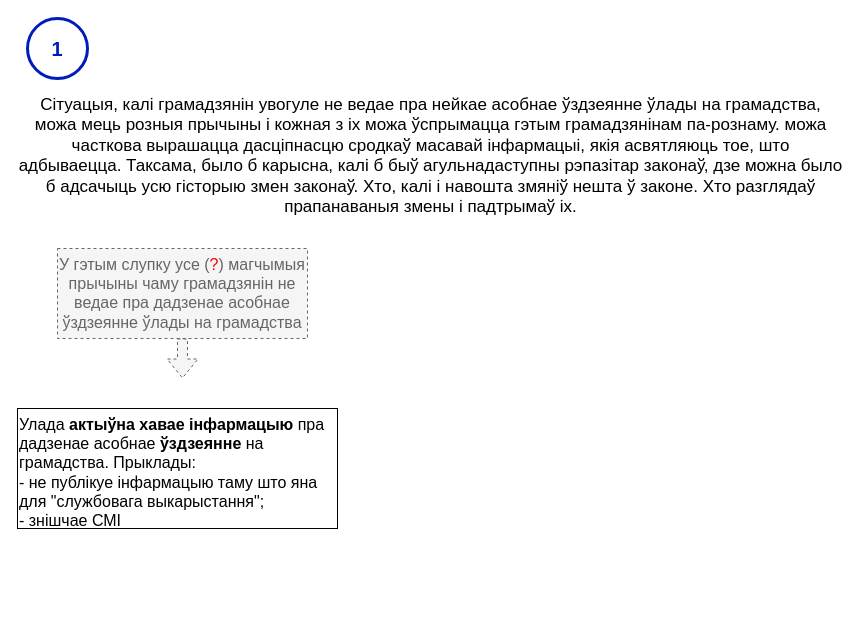
mshurkaeu-public/i-care.by keeps this draw.io diagram as page "нататка-1" (2 of 2) of current-reality-tree/Дрэва цяперашняй рэальнасці.drawio. Above is the earlier version. Source tidied: cells renumbered, new cells numbered last; positions are measured from the earlier drawing's top-left corner, leaving out a move shared by most shapes. Both pictures are drawn from the tidied source at 100%, with x=0, y=0 at pixel (17, 18).
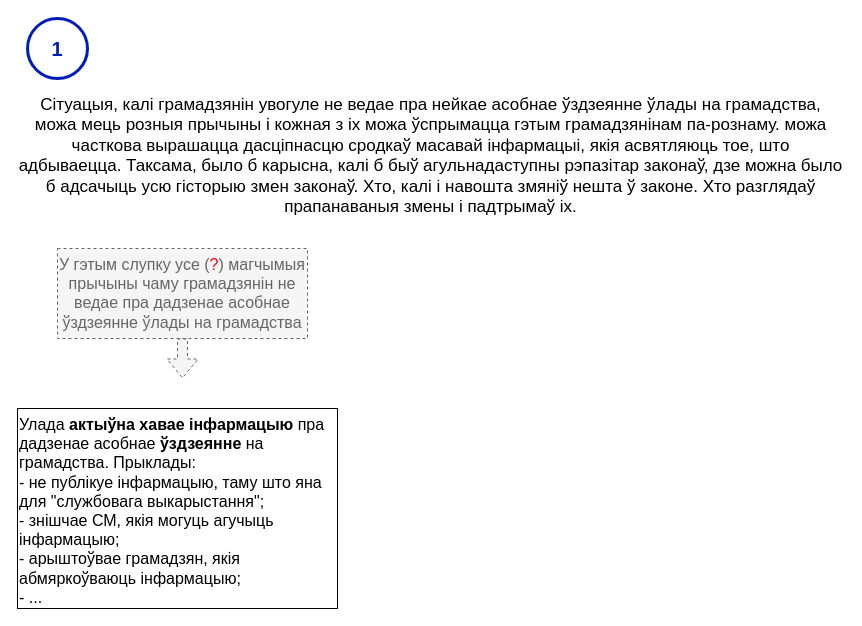
Above is the later version.

Commit message:
The 32 version of the current reality tree

Change to the diagram source:
```diff
@@
 <mxGraphModel>
   <root>
     <mxCell id="0" />
     <mxCell id="1" parent="0" />
     <mxCell id="2" value="Сітуацыя, калі грамадзянін увогуле не ведае пра нейкае асобнае ўздзеянне ўлады на грамадства, можа мець розныя прычыны і кожная з іх можа ўспрымацца гэтым грамадзянінам па-рознаму. можа часткова вырашацца дасціпнасцю сродкаў масавай інфармацыі, якія асвятляюць тое, што адбываецца. Таксама, было б карысна, калі б быў агульнадаступны рэпазітар законаў, дзе можна было б адсачыць усю гісторыю змен законаў. Хто, калі і навошта змяніў нешта ў законе. Хто разглядаў прапанаваныя змены і падтрымаў іх." style="text;html=1;strokeColor=none;fillColor=none;align=center;verticalAlign=top;whiteSpace=wrap;rounded=0;fontSize=17;" parent="1" vertex="1">
       <mxGeometry y="70" width="827" height="120" as="geometry" />
     </mxCell>
     <mxCell id="3" style="verticalLabelPosition=bottom;verticalAlign=top;html=1;shape=mxgraph.flowchart.on-page_reference;strokeWidth=3;fillColor=none;fontColor=#ffffff;strokeColor=#001DBC;comic=0;" parent="1" vertex="1">
       <mxGeometry x="10" width="60" height="60" as="geometry" />
     </mxCell>
     <mxCell id="4" value="1" style="text;html=1;strokeColor=none;fillColor=none;align=center;verticalAlign=middle;whiteSpace=wrap;rounded=0;fontColor=#001DBC;fontSize=20;fontStyle=1;" parent="1" vertex="1">
       <mxGeometry x="10" y="15" width="60" height="30" as="geometry" />
     </mxCell>
     <mxCell id="5" value="У гэтым слупку усе (&lt;font color=&quot;#ff0000&quot;&gt;?&lt;/font&gt;) магчымыя прычыны чаму грамадзянін не ведае пра дадзенае асобнае ўздзеянне ўлады на грамадства" style="text;html=1;strokeColor=#666666;fillColor=#f5f5f5;align=center;verticalAlign=top;whiteSpace=wrap;rounded=0;fontSize=16;fontColor=#666666;dashed=1;" parent="1" vertex="1">
       <mxGeometry x="40" y="230" width="250" height="90" as="geometry" />
     </mxCell>
     <mxCell id="6" style="shape=flexArrow;endArrow=classic;html=1;rounded=0;exitX=0.5;exitY=1;exitDx=0;exitDy=0;fillColor=#f5f5f5;strokeColor=#666666;dashed=1;" parent="1" edge="1" source="5">
       <mxGeometry relative="1" as="geometry">
         <mxPoint x="165" y="360" as="targetPoint" />
       </mxGeometry>
     </mxCell>
-    <mxCell id="7" value="Улада &lt;b&gt;актыўна хавае інфармацыю&lt;/b&gt; пра дадзенае асобнае &lt;b&gt;ўздзеянне&lt;/b&gt; на грамадства. Прыклады:&lt;br&gt;- не публікуе інфармацыю таму што яна для &quot;службовага выкарыстання&quot;;&lt;br&gt;- знішчае СМІ " style="text;html=1;align=left;verticalAlign=top;whiteSpace=wrap;rounded=0;fontSize=16;strokeColor=default;" parent="1" vertex="1">
-      <mxGeometry y="390" width="320" height="120" as="geometry" />
+    <mxCell id="7" value="Улада &lt;b&gt;актыўна хавае інфармацыю&lt;/b&gt; пра дадзенае асобнае &lt;b&gt;ўздзеянне&lt;/b&gt; на грамадства. Прыклады:&lt;br&gt;- не публікуе інфармацыю, таму што яна для &quot;службовага выкарыстання&quot;;&lt;br&gt;- знішчае СМ, якія могуць агучыць інфармацыю;&lt;br&gt;- арыштоўвае грамадзян, якія абмяркоўваюць інфармацыю;&lt;br&gt;- ...&lt;br&gt; " style="text;html=1;align=left;verticalAlign=top;whiteSpace=wrap;rounded=0;fontSize=16;strokeColor=default;" parent="1" vertex="1">
+      <mxGeometry y="390" width="320" height="200" as="geometry" />
     </mxCell>
   </root>
 </mxGraphModel>
```
